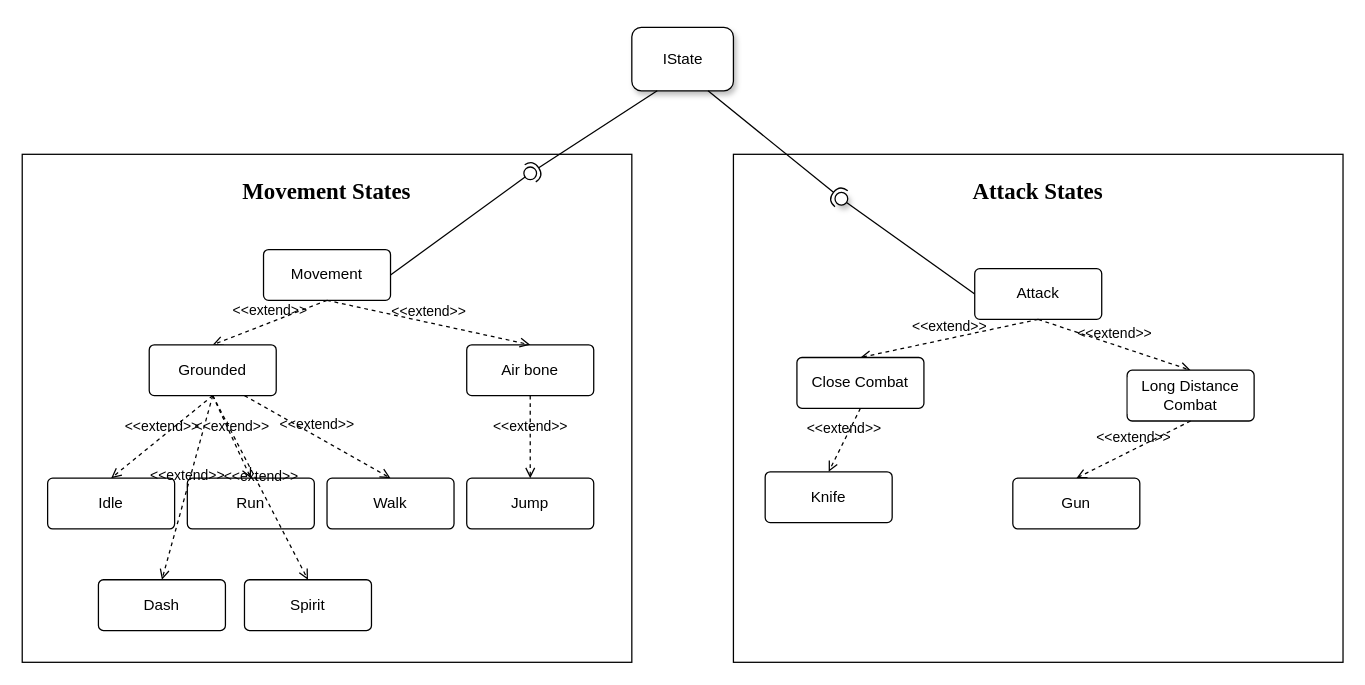
Earlier version of the draw.io diagram page "Movement" (3 of 4) of drawio/Game Design Document.drawio (hyperv0id/Pictures). Source tidied: cells renumbered, new cells numbered last; positions are measured from the earlier drawing's top-left corner, leaving out a move shared by most shapes. Both pictures are drawn from the tidied source at 127%, with x=0, y=0 at pixel (22, 27).
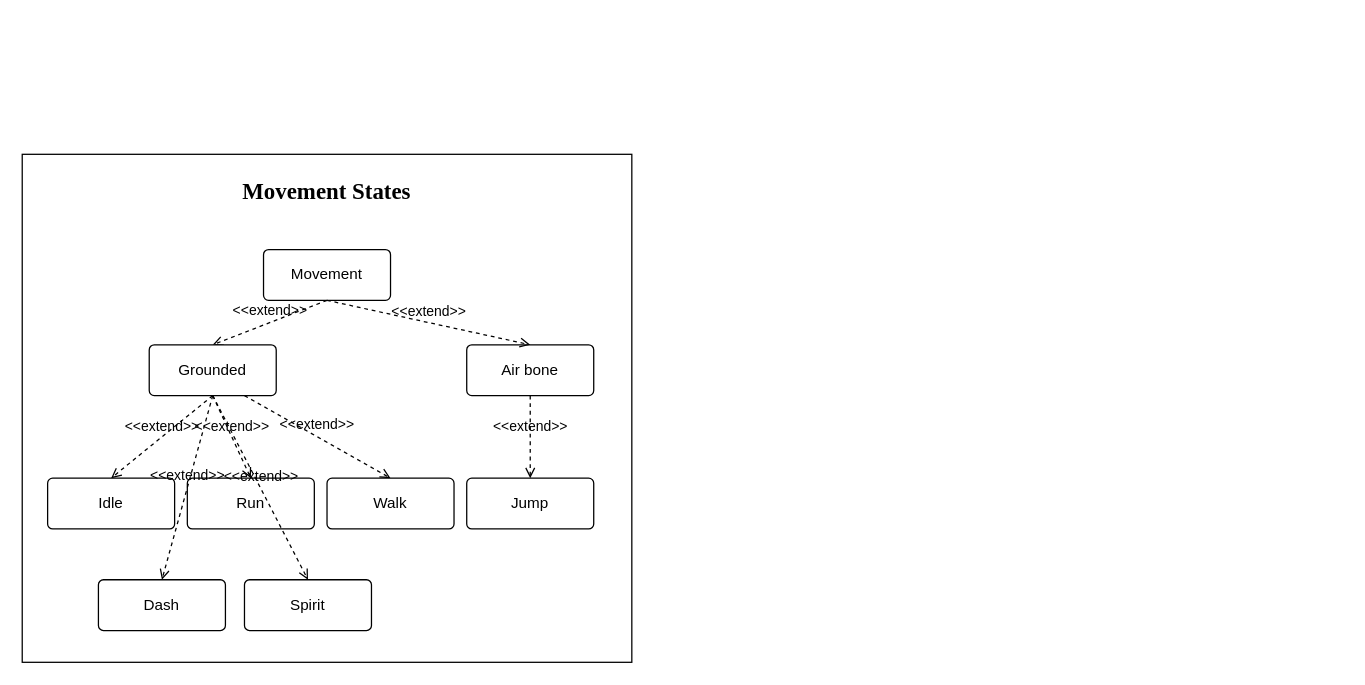
The same page after the edit.

Unchanged cells that the change refers to:
```xml
<mxCell id="3" value="&lt;font face=&quot;Helvetica&quot;&gt;Movement&lt;/font&gt;" style="rounded=1;arcSize=10;whiteSpace=wrap;html=1;align=center;labelBackgroundColor=#ffffff;labelBorderColor=none;fontFamily=Times New Roman;" parent="1" vertex="1">
  <mxGeometry x="190" y="175" width="100" height="40" as="geometry" />
</mxCell>
```

What changed in the source:
```diff
@@
-    <mxCell id="4" value="IState" style="html=1;labelBackgroundColor=#ffffff;labelBorderColor=none;fontFamily=Helvetica;rounded=1;glass=0;shadow=1;sketch=0;" parent="1" vertex="1">
-      <mxGeometry x="480" width="80" height="50" as="geometry" />
-    </mxCell>
-    <mxCell id="5" style="rounded=0;jettySize=auto;html=1;endArrow=none;endFill=0;sketch=0;sourcePerimeterSpacing=0;targetPerimeterSpacing=0;fontFamily=Helvetica;exitX=1;exitY=0.5;exitDx=0;exitDy=0;" parent="1" edge="1" source="3" target="7">
-      <mxGeometry relative="1" as="geometry" />
-    </mxCell>
-    <mxCell id="6" style="rounded=0;jettySize=auto;html=1;endArrow=halfCircle;endFill=0;entryX=0.5;entryY=0.5;endSize=6;strokeWidth=1;sketch=0;fontFamily=Helvetica;exitX=0.25;exitY=1;exitDx=0;exitDy=0;" parent="1" edge="1" source="4" target="7">
-      <mxGeometry relative="1" as="geometry" />
-    </mxCell>
-    <mxCell id="7" style="ellipse;whiteSpace=wrap;html=1;align=center;points=[];outlineConnect=0;sketch=0;labelBackgroundColor=#ffffff;labelBorderColor=none;fontFamily=Helvetica;" parent="1" vertex="1">
-      <mxGeometry x="395" y="110" width="10" height="10" as="geometry" />
-    </mxCell>
@@
-    <mxCell id="12" value="&lt;h2&gt;&lt;font style=&quot;line-height: 1.2;&quot; face=&quot;Times New Roman&quot;&gt;Attack States&lt;/font&gt;&lt;/h2&gt;" style="rounded=0;whiteSpace=wrap;html=1;horizontal=1;fontStyle=1;align=center;verticalAlign=top;labelPosition=center;verticalLabelPosition=middle;spacing=0;labelBorderColor=none;" parent="1" vertex="1">
-      <mxGeometry x="560" y="100" width="480" height="400" as="geometry" />
-    </mxCell>
-    <mxCell id="13" style="rounded=0;jettySize=auto;html=1;endArrow=none;endFill=0;sketch=0;sourcePerimeterSpacing=0;targetPerimeterSpacing=0;fontFamily=Helvetica;exitX=0;exitY=0.5;exitDx=0;exitDy=0;" parent="1" edge="1" source="16" target="15">
-      <mxGeometry relative="1" as="geometry" />
-    </mxCell>
-    <mxCell id="14" style="rounded=0;jettySize=auto;html=1;endArrow=halfCircle;endFill=0;entryX=0.5;entryY=0.5;endSize=6;strokeWidth=1;sketch=0;fontFamily=Helvetica;exitX=0.75;exitY=1;exitDx=0;exitDy=0;" parent="1" edge="1" source="4" target="15">
-      <mxGeometry relative="1" as="geometry" />
-    </mxCell>
-    <mxCell id="15" style="ellipse;whiteSpace=wrap;html=1;align=center;points=[];outlineConnect=0;sketch=0;rounded=1;shadow=1;glass=0;labelBackgroundColor=#ffffff;labelBorderColor=none;fontFamily=Helvetica;" parent="1" vertex="1">
-      <mxGeometry x="640" y="130" width="10" height="10" as="geometry" />
-    </mxCell>
-    <mxCell id="16" value="&lt;font face=&quot;Helvetica&quot;&gt;Attack&lt;/font&gt;" style="rounded=1;arcSize=10;whiteSpace=wrap;html=1;align=center;labelBackgroundColor=#ffffff;labelBorderColor=none;fontFamily=Times New Roman;" parent="1" vertex="1">
-      <mxGeometry x="750" y="190" width="100" height="40" as="geometry" />
-    </mxCell>
@@
-    <mxCell id="29" value="&amp;lt;&amp;lt;extend&amp;gt;&amp;gt;" style="html=1;verticalAlign=bottom;labelBackgroundColor=none;endArrow=open;endFill=0;dashed=1;rounded=0;fontFamily=Helvetica;entryX=0.5;entryY=0;entryDx=0;entryDy=0;exitX=0.5;exitY=1;exitDx=0;exitDy=0;" parent="1" edge="1" source="16" target="30">
-      <mxGeometry relative="1" as="geometry" />
-    </mxCell>
-    <mxCell id="30" value="&lt;font face=&quot;Helvetica&quot;&gt;Close Combat&lt;/font&gt;" style="rounded=1;arcSize=10;whiteSpace=wrap;html=1;align=center;labelBackgroundColor=#ffffff;labelBorderColor=none;fontFamily=Times New Roman;" parent="1" vertex="1">
-      <mxGeometry x="610" y="260" width="100" height="40" as="geometry" />
-    </mxCell>
-    <mxCell id="31" value="&amp;lt;&amp;lt;extend&amp;gt;&amp;gt;" style="html=1;verticalAlign=bottom;labelBackgroundColor=none;endArrow=open;endFill=0;dashed=1;rounded=0;fontFamily=Helvetica;exitX=0.5;exitY=1;exitDx=0;exitDy=0;entryX=0.5;entryY=0;entryDx=0;entryDy=0;" parent="1" edge="1" source="16" target="32">
-      <mxGeometry relative="1" as="geometry" />
-    </mxCell>
-    <mxCell id="32" value="&lt;font face=&quot;Helvetica&quot;&gt;Long Distance Combat&lt;/font&gt;" style="rounded=1;arcSize=10;whiteSpace=wrap;html=1;align=center;labelBackgroundColor=#ffffff;labelBorderColor=none;fontFamily=Times New Roman;" parent="1" vertex="1">
-      <mxGeometry x="870" y="270" width="100" height="40" as="geometry" />
-    </mxCell>
-    <mxCell id="33" value="&amp;lt;&amp;lt;extend&amp;gt;&amp;gt;" style="html=1;verticalAlign=bottom;labelBackgroundColor=none;endArrow=open;endFill=0;dashed=1;rounded=0;fontFamily=Helvetica;exitX=0.5;exitY=1;exitDx=0;exitDy=0;entryX=0.5;entryY=0;entryDx=0;entryDy=0;" parent="1" edge="1" source="30" target="34">
-      <mxGeometry relative="1" as="geometry" />
-    </mxCell>
-    <mxCell id="34" value="&lt;font face=&quot;Helvetica&quot;&gt;Knife&lt;/font&gt;" style="rounded=1;arcSize=10;whiteSpace=wrap;html=1;align=center;labelBackgroundColor=#ffffff;labelBorderColor=none;fontFamily=Times New Roman;" parent="1" vertex="1">
-      <mxGeometry x="585" y="350" width="100" height="40" as="geometry" />
-    </mxCell>
-    <mxCell id="35" value="&amp;lt;&amp;lt;extend&amp;gt;&amp;gt;" style="html=1;verticalAlign=bottom;labelBackgroundColor=none;endArrow=open;endFill=0;dashed=1;rounded=0;fontFamily=Helvetica;exitX=0.5;exitY=1;exitDx=0;exitDy=0;entryX=0.5;entryY=0;entryDx=0;entryDy=0;" parent="1" edge="1" source="32" target="36">
-      <mxGeometry relative="1" as="geometry" />
-    </mxCell>
-    <mxCell id="36" value="&lt;font face=&quot;Helvetica&quot;&gt;Gun&lt;/font&gt;" style="rounded=1;arcSize=10;whiteSpace=wrap;html=1;align=center;labelBackgroundColor=#ffffff;labelBorderColor=none;fontFamily=Times New Roman;" parent="1" vertex="1">
-      <mxGeometry x="780" y="355" width="100" height="40" as="geometry" />
-    </mxCell>
```
